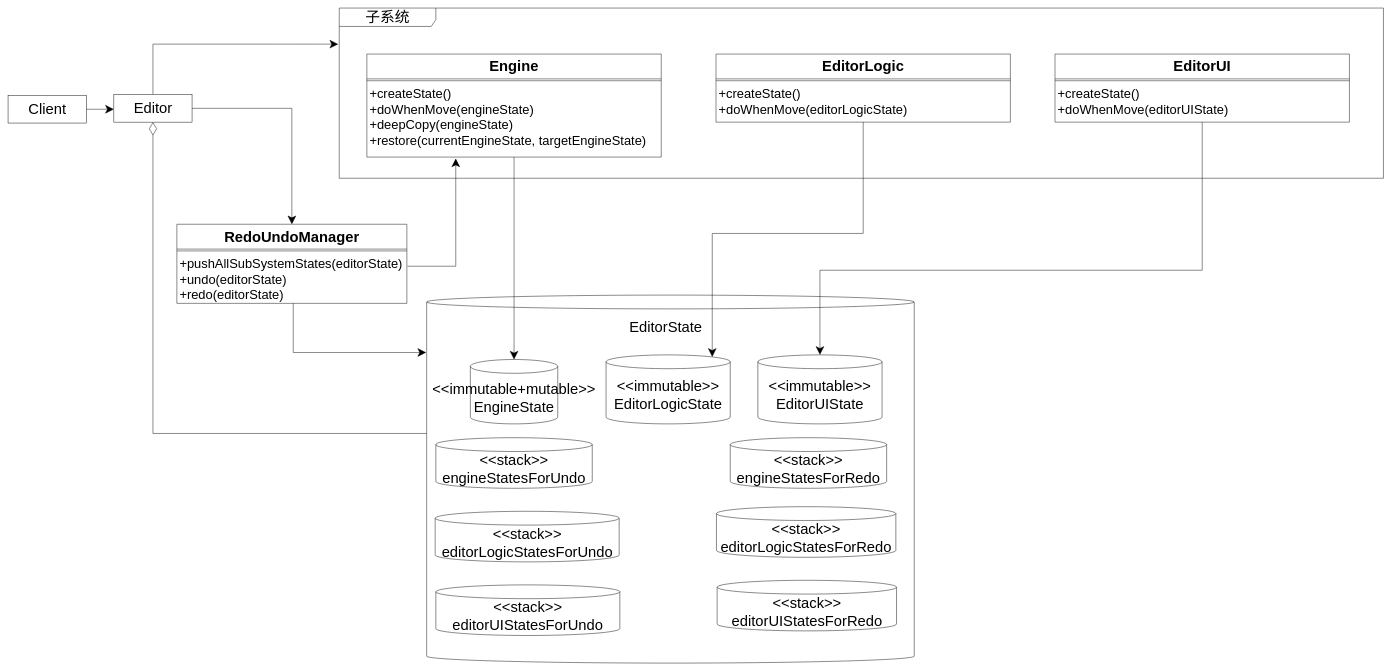
yyc-git/3DProgramPattern keeps this draw.io diagram as packages/撤销重做模式/story_improve/UML.drawio. Above is the earlier version. Source tidied: cells renumbered, new cells numbered last; positions are measured from the earlier drawing's top-left corner, leaving out a move shared by most shapes. Both pictures are drawn from the tidied source at 46%, with x=0, y=0 at pixel (8, 8).
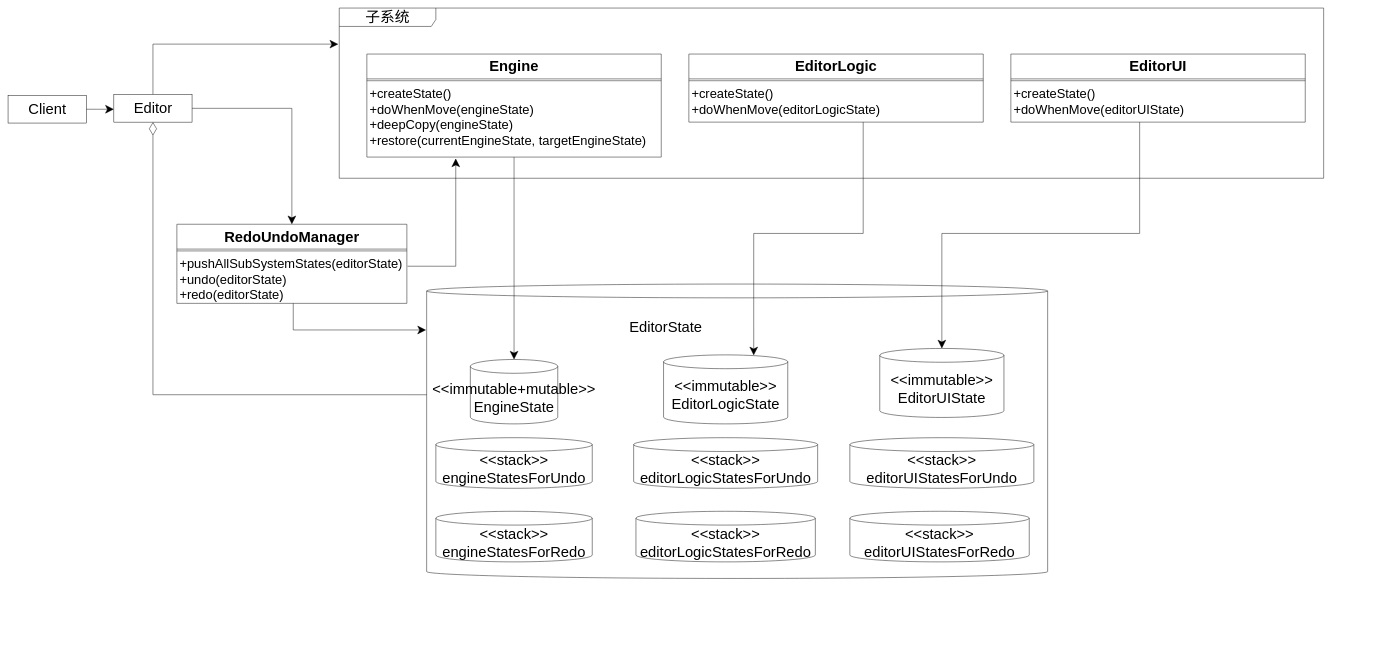
Above is the later version.

The change refers to these unchanged cells:
```xml
<mxCell id="8" value="RedoUndoManager" style="swimlane;fontStyle=1;align=center;verticalAlign=top;horizontal=1;startSize=54;fontSize=32;" parent="1" vertex="1">
  <mxGeometry x="367" y="470" width="500" height="172" as="geometry" />
</mxCell>
<mxCell id="26" value="+createState()&#10;+doWhenMove(editorUIState)&#10;" style="text;strokeColor=none;fillColor=none;align=left;verticalAlign=top;spacingLeft=4;spacingRight=4;overflow=hidden;points=[[0,0.5],[1,0.5]];portConstraint=eastwest;fontSize=28;" parent="24" vertex="1">
  <mxGeometry y="62" width="640" height="86" as="geometry" />
</mxCell>
```

What changed in the source:
```diff
@@
     <mxCell id="2" value="&lt;font style=&quot;font-size: 32px&quot;&gt;子系统&lt;/font&gt;" style="shape=umlFrame;whiteSpace=wrap;html=1;width=210;height=40;fontSize=32;" parent="1" vertex="1">
-      <mxGeometry x="720" width="2270" height="370" as="geometry" />
+      <mxGeometry x="720" width="2140" height="370" as="geometry" />
     </mxCell>
     <mxCell id="3" style="shape=cylinder3;whiteSpace=wrap;html=1;boundedLbl=1;backgroundOutline=1;size=15;" parent="1" vertex="1">
-      <mxGeometry x="910" y="624" width="1060" height="800" as="geometry" />
+      <mxGeometry x="910" y="600" width="1350" height="640" as="geometry" />
     </mxCell>
@@
     <mxCell id="7" style="edgeStyle=orthogonalEdgeStyle;rounded=0;jettySize=auto;html=1;entryX=-0.001;entryY=0.156;entryDx=0;entryDy=0;entryPerimeter=0;startSize=16;endSize=16;" parent="1" edge="1" source="8" target="3">
       <mxGeometry relative="1" as="geometry">
         <Array as="points">
-          <mxPoint x="620" y="749" />
+          <mxPoint x="620" y="700" />
         </Array>
       </mxGeometry>
     </mxCell>
@@
     <mxCell id="13" value="&lt;font style=&quot;font-size: 32px&quot;&gt;&amp;lt;&amp;lt;immutable&amp;gt;&amp;gt;&lt;br&gt;EditorLogicState&lt;/font&gt;" style="shape=cylinder3;whiteSpace=wrap;html=1;boundedLbl=1;backgroundOutline=1;size=15;" parent="1" vertex="1">
-      <mxGeometry x="1300" y="754" width="270" height="150" as="geometry" />
+      <mxGeometry x="1425" y="754" width="270" height="150" as="geometry" />
     </mxCell>
     <mxCell id="14" value="&lt;font style=&quot;font-size: 32px&quot;&gt;&amp;lt;&amp;lt;immutable&amp;gt;&amp;gt;&lt;br&gt;EditorUIState&lt;/font&gt;" style="shape=cylinder3;whiteSpace=wrap;html=1;boundedLbl=1;backgroundOutline=1;size=15;" parent="1" vertex="1">
-      <mxGeometry x="1630" y="754" width="270" height="150" as="geometry" />
+      <mxGeometry x="1895" y="740" width="270" height="150" as="geometry" />
     </mxCell>
@@
-    <mxCell id="19" style="edgeStyle=orthogonalEdgeStyle;rounded=0;jettySize=auto;html=1;startSize=16;endSize=16;entryX=0.855;entryY=0;entryDx=0;entryDy=4.35;entryPerimeter=0;" parent="1" edge="1" source="20" target="13">
+    <mxCell id="19" style="edgeStyle=orthogonalEdgeStyle;rounded=0;jettySize=auto;html=1;startSize=16;endSize=16;entryX=0.726;entryY=0.007;entryDx=0;entryDy=0;entryPerimeter=0;" parent="1" edge="1" source="20" target="13">
       <mxGeometry relative="1" as="geometry">
         <Array as="points">
           <mxPoint x="1859" y="490" />
-          <mxPoint x="1531" y="490" />
+          <mxPoint x="1621" y="490" />
         </Array>
       </mxGeometry>
     </mxCell>
     <mxCell id="20" value="EditorLogic" style="swimlane;fontStyle=1;align=center;verticalAlign=top;horizontal=1;startSize=54;fontSize=32;" parent="1" vertex="1">
-      <mxGeometry x="1539" y="100" width="640" height="148" as="geometry" />
+      <mxGeometry x="1480" y="100" width="640" height="148" as="geometry" />
     </mxCell>
@@
-    <mxCell id="23" style="edgeStyle=orthogonalEdgeStyle;rounded=0;jettySize=auto;html=1;startSize=16;endSize=16;entryX=0.5;entryY=0;entryDx=0;entryDy=0;entryPerimeter=0;" parent="1" edge="1" source="24" target="14">
+    <mxCell id="23" style="edgeStyle=orthogonalEdgeStyle;rounded=0;jettySize=auto;html=1;startSize=16;endSize=16;entryX=0.5;entryY=0;entryDx=0;entryDy=0;entryPerimeter=0;" parent="1" edge="1" source="26" target="14">
       <mxGeometry relative="1" as="geometry">
         <Array as="points">
-          <mxPoint x="2596" y="570" />
-          <mxPoint x="1765" y="570" />
+          <mxPoint x="2460" y="490" />
+          <mxPoint x="2030" y="490" />
         </Array>
       </mxGeometry>
     </mxCell>
     <mxCell id="24" value="EditorUI" style="swimlane;fontStyle=1;align=center;verticalAlign=top;horizontal=1;startSize=54;fontSize=32;" parent="1" vertex="1">
-      <mxGeometry x="2276" y="100" width="640" height="148" as="geometry" />
+      <mxGeometry x="2180" y="100" width="640" height="148" as="geometry" />
     </mxCell>
@@
     <mxCell id="29" value="&lt;span style=&quot;font-size: 32px ; text-align: left&quot;&gt;&amp;lt;&amp;lt;stack&amp;gt;&amp;gt;&lt;br&gt;engineStatesForRedo&lt;/span&gt;" style="shape=cylinder3;whiteSpace=wrap;html=1;boundedLbl=1;backgroundOutline=1;size=15;" parent="1" vertex="1">
-      <mxGeometry x="1570" y="934" width="340" height="110" as="geometry" />
+      <mxGeometry x="930" y="1094" width="340" height="110" as="geometry" />
     </mxCell>
     <mxCell id="30" value="&lt;span style=&quot;font-size: 32px ; text-align: left&quot;&gt;&amp;lt;&amp;lt;stack&amp;gt;&amp;gt;&lt;br&gt;editorLogicStatesForUndo&lt;/span&gt;" style="shape=cylinder3;whiteSpace=wrap;html=1;boundedLbl=1;backgroundOutline=1;size=15;" parent="1" vertex="1">
-      <mxGeometry x="928.5" y="1094" width="400" height="110" as="geometry" />
+      <mxGeometry x="1360" y="934" width="400" height="110" as="geometry" />
     </mxCell>
     <mxCell id="31" value="&lt;span style=&quot;font-size: 32px ; text-align: left&quot;&gt;&amp;lt;&amp;lt;stack&amp;gt;&amp;gt;&lt;br&gt;editorLogicStatesForRedo&lt;/span&gt;" style="shape=cylinder3;whiteSpace=wrap;html=1;boundedLbl=1;backgroundOutline=1;size=15;" parent="1" vertex="1">
-      <mxGeometry x="1540" y="1084" width="390" height="110" as="geometry" />
+      <mxGeometry x="1365" y="1094" width="390" height="110" as="geometry" />
     </mxCell>
     <mxCell id="32" value="&lt;span style=&quot;font-size: 32px ; text-align: left&quot;&gt;&amp;lt;&amp;lt;stack&amp;gt;&amp;gt;&lt;br&gt;editorUIStatesForUndo&lt;/span&gt;" style="shape=cylinder3;whiteSpace=wrap;html=1;boundedLbl=1;backgroundOutline=1;size=15;" parent="1" vertex="1">
-      <mxGeometry x="930" y="1254" width="400" height="110" as="geometry" />
+      <mxGeometry x="1830" y="934" width="400" height="110" as="geometry" />
     </mxCell>
     <mxCell id="33" value="&lt;span style=&quot;font-size: 32px ; text-align: left&quot;&gt;&amp;lt;&amp;lt;stack&amp;gt;&amp;gt;&lt;br&gt;editorUIStatesForRedo&lt;/span&gt;" style="shape=cylinder3;whiteSpace=wrap;html=1;boundedLbl=1;backgroundOutline=1;size=15;" parent="1" vertex="1">
-      <mxGeometry x="1541.5" y="1244" width="390" height="110" as="geometry" />
+      <mxGeometry x="1830" y="1094" width="390" height="110" as="geometry" />
     </mxCell>
```
